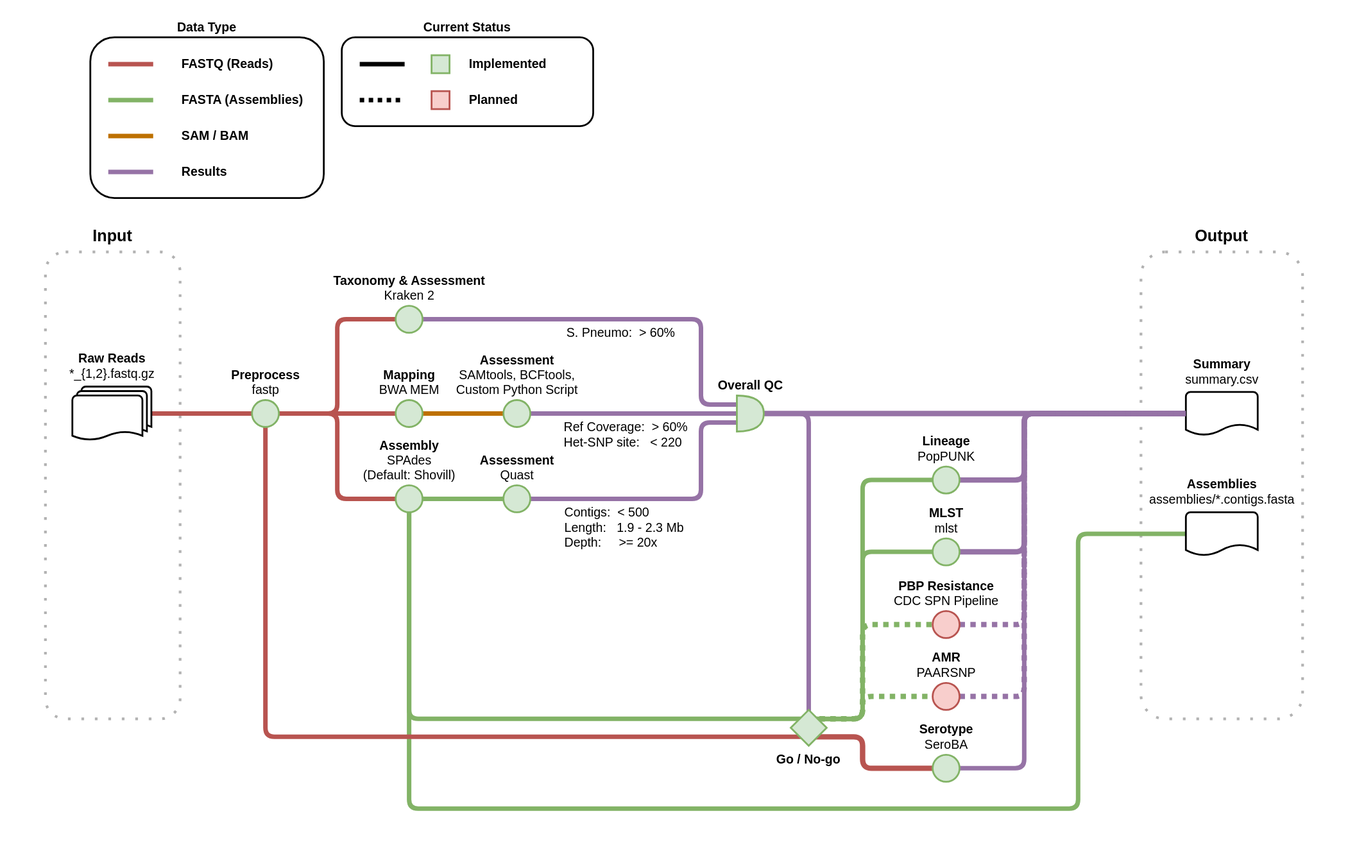
This is doc/workflow.drawio.svg from sanger-bentley-group/gps-pipeline, a draw.io export, as it was before one commit. Source tidied: cells renumbered, new cells last; positions are measured from the earlier drawing's top-left corner, leaving out a move shared by most shapes.
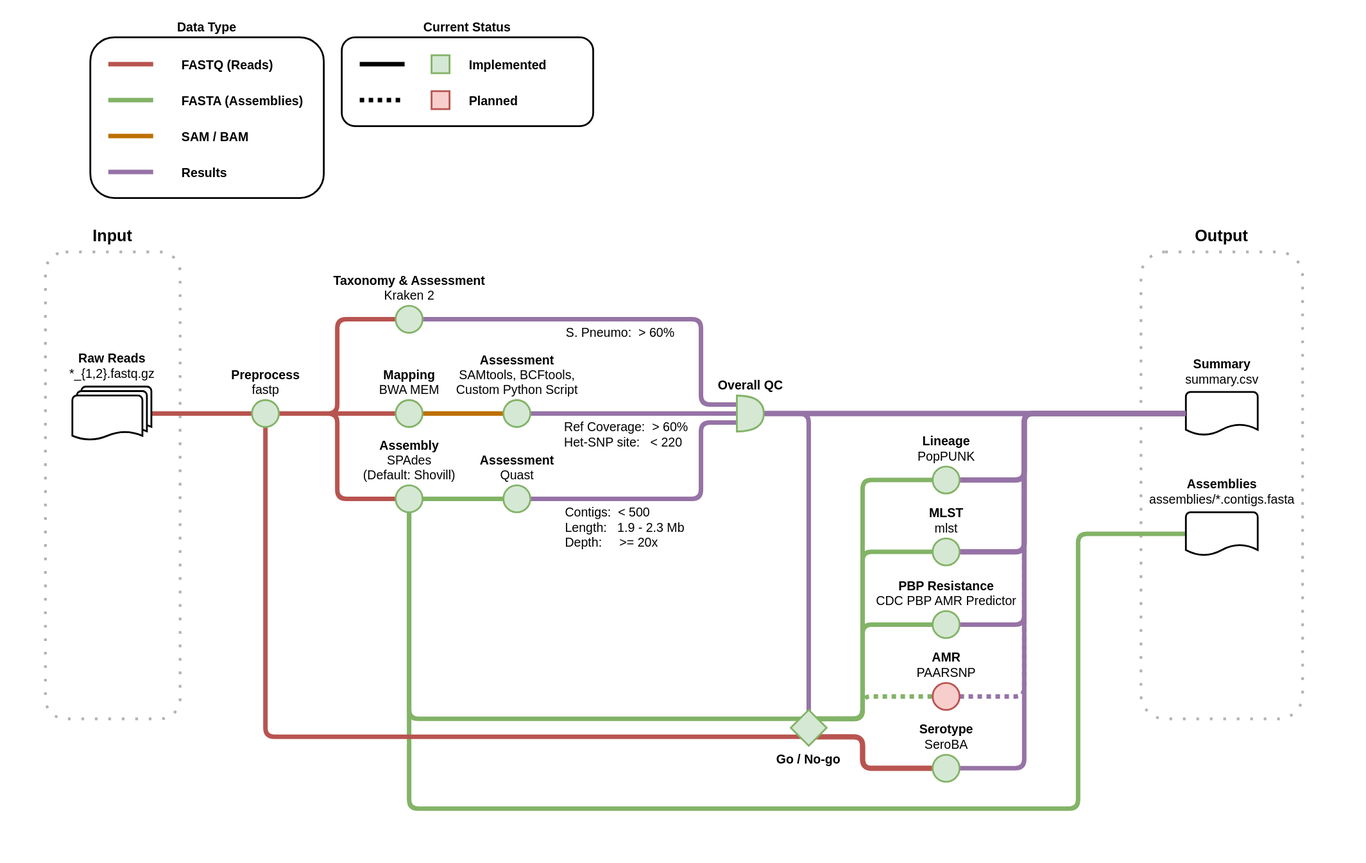
The same diagram one commit later.

What changed in the source:
```diff
@@ -190,7 +190,7 @@
         </Array>
       </mxGeometry>
     </mxCell>
-    <mxCell id="38" style="edgeStyle=orthogonalEdgeStyle;html=1;entryX=0;entryY=0.5;entryDx=0;entryDy=0;endArrow=none;endFill=0;strokeWidth=6;fillColor=#d5e8d4;strokeColor=#82b366;dashed=1;dashPattern=1 1;exitX=0.5;exitY=0.245;exitDx=0;exitDy=0;exitPerimeter=0;" parent="1" edge="1" source="56" target="57">
+    <mxCell id="38" style="edgeStyle=orthogonalEdgeStyle;html=1;entryX=0;entryY=0.5;entryDx=0;entryDy=0;endArrow=none;endFill=0;strokeWidth=5;fillColor=#d5e8d4;strokeColor=#82b366;exitX=0.5;exitY=0.245;exitDx=0;exitDy=0;exitPerimeter=0;" parent="1" edge="1" source="56" target="57">
       <mxGeometry relative="1" as="geometry">
         <Array as="points">
           <mxPoint x="960" y="800" />
@@ -198,7 +198,7 @@
         </Array>
       </mxGeometry>
     </mxCell>
-    <mxCell id="39" style="edgeStyle=orthogonalEdgeStyle;html=1;entryX=0;entryY=0.5;entryDx=0;entryDy=0;entryPerimeter=0;dashed=1;dashPattern=1 1;endArrow=none;endFill=0;strokeWidth=6;fillColor=#e1d5e7;strokeColor=#9673a6;" parent="1" edge="1" source="57" target="40">
+    <mxCell id="39" style="edgeStyle=orthogonalEdgeStyle;html=1;entryX=0;entryY=0.5;entryDx=0;entryDy=0;entryPerimeter=0;endArrow=none;endFill=0;strokeWidth=5;fillColor=#e1d5e7;strokeColor=#9673a6;" parent="1" edge="1" source="57" target="40">
       <mxGeometry relative="1" as="geometry">
         <Array as="points">
           <mxPoint x="1140" y="695" />
@@ -266,7 +266,7 @@
     <mxCell id="54" value="&lt;b style=&quot;font-size: 14px;&quot;&gt;Preprocess&lt;/b&gt;&lt;br style=&quot;font-size: 14px;&quot;&gt;fastp" style="ellipse;html=1;strokeWidth=2;labelPosition=center;verticalLabelPosition=top;align=center;verticalAlign=bottom;fillColor=#d5e8d4;strokeColor=#82b366;rounded=1;fontSize=14;" parent="1" vertex="1">
       <mxGeometry x="280" y="445" width="30" height="30" as="geometry" />
     </mxCell>
-    <mxCell id="55" style="edgeStyle=orthogonalEdgeStyle;html=1;entryX=0;entryY=0.5;entryDx=0;entryDy=0;exitX=0.5;exitY=0.248;exitDx=0;exitDy=0;exitPerimeter=0;dashed=1;dashPattern=1 1;strokeWidth=6;endArrow=none;endFill=0;fillColor=#d5e8d4;strokeColor=#82b366;" parent="1" edge="1" source="56" target="63">
+    <mxCell id="55" style="edgeStyle=orthogonalEdgeStyle;html=1;entryX=0;entryY=0.5;entryDx=0;entryDy=0;exitX=0.5;exitY=0.248;exitDx=0;exitDy=0;exitPerimeter=0;dashed=1;dashPattern=1 1;strokeWidth=5;endArrow=none;endFill=0;fillColor=#d5e8d4;strokeColor=#82b366;" parent="1" edge="1" source="56" target="63">
       <mxGeometry relative="1" as="geometry">
         <Array as="points">
           <mxPoint x="960" y="800" />
@@ -277,7 +277,7 @@
     <mxCell id="56" value="Go / No-go" style="strokeWidth=2;shape=mxgraph.flowchart.decision;fillColor=#d5e8d4;strokeColor=#82b366;labelPosition=center;verticalLabelPosition=bottom;align=center;verticalAlign=top;fontStyle=1;rounded=1;fontSize=14;" parent="1" vertex="1">
       <mxGeometry x="880" y="790" width="40" height="40" as="geometry" />
     </mxCell>
-    <mxCell id="57" value="&lt;b style=&quot;font-size: 14px&quot;&gt;PBP Resistance&lt;/b&gt;&lt;br style=&quot;font-size: 14px&quot;&gt;CDC SPN Pipeline" style="ellipse;html=1;strokeWidth=2;labelPosition=center;verticalLabelPosition=top;align=center;verticalAlign=bottom;fillColor=#f8cecc;strokeColor=#b85450;rounded=1;fontSize=14;" parent="1" vertex="1">
+    <mxCell id="57" value="&lt;b style=&quot;font-size: 14px&quot;&gt;PBP Resistance&lt;/b&gt;&lt;br style=&quot;font-size: 14px&quot;&gt;CDC PBP AMR Predictor" style="ellipse;html=1;strokeWidth=2;labelPosition=center;verticalLabelPosition=top;align=center;verticalAlign=bottom;fillColor=#d5e8d4;strokeColor=#82b366;rounded=1;fontSize=14;" parent="1" vertex="1">
       <mxGeometry x="1038" y="680" width="30" height="30" as="geometry" />
     </mxCell>
     <mxCell id="58" value="&lt;b style=&quot;font-size: 14px&quot;&gt;MLST&lt;/b&gt;&lt;br style=&quot;font-size: 14px&quot;&gt;mlst" style="ellipse;html=1;strokeWidth=2;labelPosition=center;verticalLabelPosition=top;align=center;verticalAlign=bottom;fillColor=#d5e8d4;strokeColor=#82b366;rounded=1;fontSize=14;" parent="1" vertex="1">
@@ -292,7 +292,7 @@
     <mxCell id="61" value="&lt;b style=&quot;font-size: 14px;&quot;&gt;Serotype&lt;/b&gt;&lt;br style=&quot;font-size: 14px;&quot;&gt;SeroBA" style="ellipse;html=1;strokeWidth=2;labelPosition=center;verticalLabelPosition=top;align=center;verticalAlign=bottom;fillColor=#d5e8d4;strokeColor=#82b366;rounded=1;fontSize=14;" parent="1" vertex="1">
       <mxGeometry x="1038" y="840" width="30" height="30" as="geometry" />
     </mxCell>
-    <mxCell id="62" style="edgeStyle=orthogonalEdgeStyle;html=1;entryX=0;entryY=0.5;entryDx=0;entryDy=0;entryPerimeter=0;dashed=1;dashPattern=1 1;endArrow=none;endFill=0;strokeWidth=6;fillColor=#e1d5e7;strokeColor=#9673a6;" parent="1" edge="1" source="63" target="40">
+    <mxCell id="62" style="edgeStyle=orthogonalEdgeStyle;html=1;entryX=0;entryY=0.5;entryDx=0;entryDy=0;entryPerimeter=0;dashed=1;dashPattern=1 1;endArrow=none;endFill=0;strokeWidth=5;fillColor=#e1d5e7;strokeColor=#9673a6;" parent="1" edge="1" source="63" target="40">
       <mxGeometry relative="1" as="geometry">
         <Array as="points">
           <mxPoint x="1140" y="775" />
```
